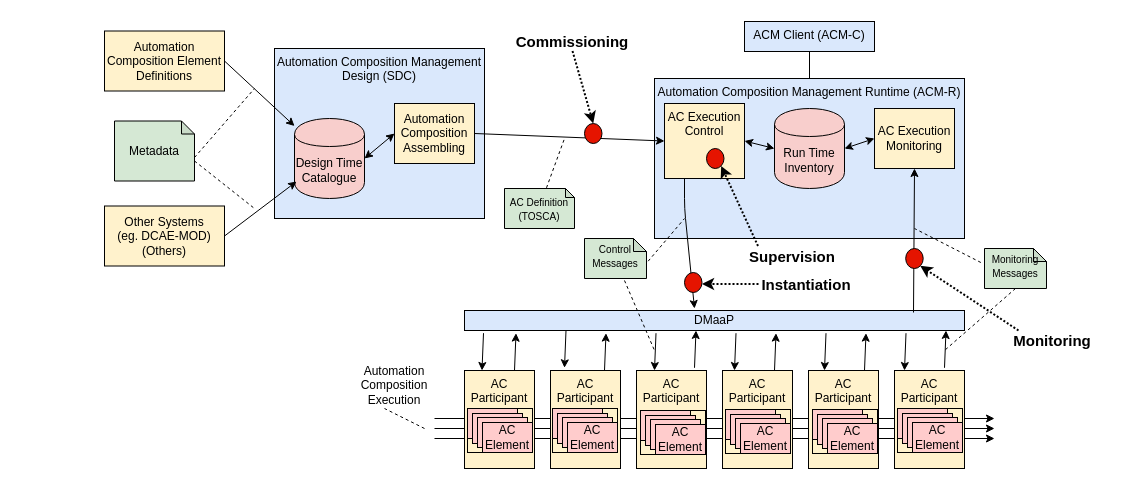
Before: docs/clamp/acm/draw.io/acm-overview.drawio in onap/policy-parent, a draw.io diagram. Source tidied: cells renumbered, new cells numbered last; positions are measured from the earlier drawing's top-left corner, leaving out a move shared by most shapes. Both pictures are drawn from the tidied source at 100%, with x=0, y=0 at pixel (104, 21).
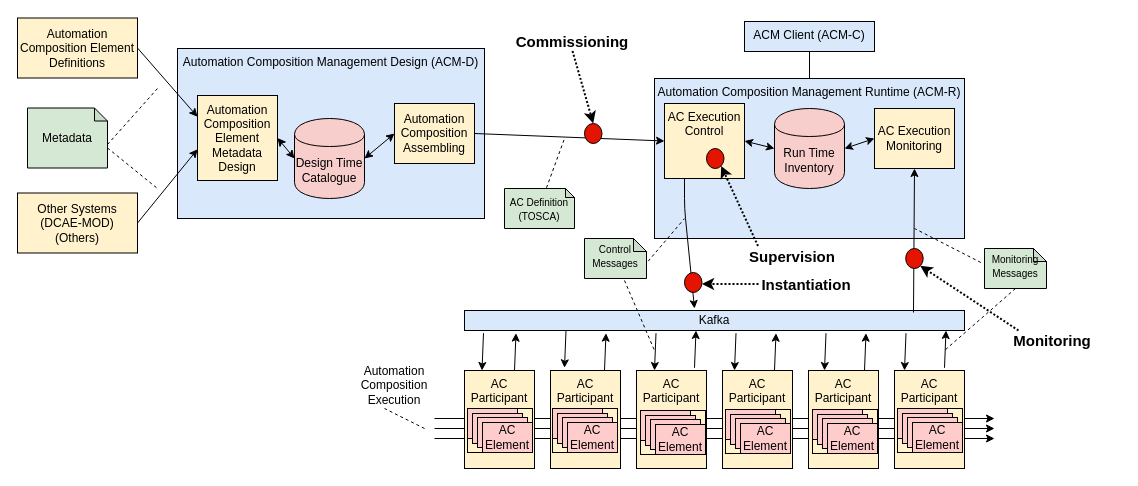
Above is the later version.

The change refers to these unchanged cells:
```xml
<mxCell id="6" value="&lt;div&gt;Design Time Catalogue&lt;/div&gt;" style="shape=cylinder;whiteSpace=wrap;html=1;boundedLbl=1;backgroundOutline=1;fillColor=#f8cecc;strokeColor=#000000;fontColor=#000000;" parent="1" vertex="1">
  <mxGeometry x="190" y="97" width="70" height="80" as="geometry" />
</mxCell>
```

Change to the diagram source:
```diff
@@
-    <mxCell id="5" value="Automation Composition Management Design (SDC)" style="rounded=0;whiteSpace=wrap;html=1;fillColor=#dae8fc;strokeColor=#000000;verticalAlign=top;fontColor=#000000;" parent="1" vertex="1">
-      <mxGeometry x="170" y="27" width="210" height="170" as="geometry" />
+    <mxCell id="5" value="Automation Composition Management Design (ACM-D)" style="rounded=0;whiteSpace=wrap;html=1;fillColor=#dae8fc;strokeColor=#000000;verticalAlign=top;fontColor=#000000;" parent="1" vertex="1">
+      <mxGeometry x="73" y="27" width="307" height="170" as="geometry" />
     </mxCell>
@@
     <mxCell id="9" value="Automation Composition Element Definitions" style="rounded=0;whiteSpace=wrap;html=1;fillColor=#fff2cc;strokeColor=#000000;fontColor=#000000;" parent="1" vertex="1">
-      <mxGeometry y="9.5" width="120" height="60" as="geometry" />
+      <mxGeometry x="-87" y="-3.5" width="120" height="60" as="geometry" />
     </mxCell>
-    <mxCell id="10" style="endArrow=classic;html=1;exitX=1;exitY=0.5;exitDx=0;exitDy=0;strokeColor=#000000;fontColor=#000000;" parent="1" edge="1" source="9" target="6">
+    <mxCell id="10" style="endArrow=classic;html=1;exitX=1;exitY=0.5;exitDx=0;exitDy=0;strokeColor=#000000;fontColor=#000000;entryX=0;entryY=0.25;entryDx=0;entryDy=0;" parent="1" edge="1" source="9" target="98">
       <mxGeometry relative="1" as="geometry" />
     </mxCell>
     <mxCell id="11" value="Metadata" style="shape=note;whiteSpace=wrap;html=1;backgroundOutline=1;darkOpacity=0.05;fillColor=#d5e8d4;strokeColor=#000000;size=13;fontColor=#000000;" parent="1" vertex="1">
-      <mxGeometry x="10" y="99.5" width="80" height="60" as="geometry" />
+      <mxGeometry x="-77" y="86.5" width="80" height="60" as="geometry" />
     </mxCell>
     <mxCell id="12" style="endArrow=none;dashed=1;html=1;exitX=0;exitY=0;exitDx=80;exitDy=36.5;exitPerimeter=0;strokeColor=#000000;fontColor=#000000;" parent="1" edge="1" source="11">
       <mxGeometry relative="1" as="geometry">
-        <mxPoint x="150" y="67" as="targetPoint" />
+        <mxPoint x="53" y="67" as="targetPoint" />
       </mxGeometry>
     </mxCell>
@@
-    <mxCell id="19" value="DMaaP" style="rounded=0;whiteSpace=wrap;html=1;fillColor=#dae8fc;strokeColor=#000000;fontColor=#000000;" parent="1" vertex="1">
+    <mxCell id="19" value="Kafka" style="rounded=0;whiteSpace=wrap;html=1;fillColor=#dae8fc;strokeColor=#000000;fontColor=#000000;" parent="1" vertex="1">
       <mxGeometry x="360" y="289" width="500" height="20" as="geometry" />
     </mxCell>
@@
-    <mxCell id="49" value="Other Systems&lt;br&gt;&lt;div&gt;(eg. DCAE-MOD)&lt;/div&gt;&lt;div&gt;(Others)&lt;br&gt;&lt;/div&gt;" style="rounded=0;whiteSpace=wrap;html=1;fillColor=#fff2cc;strokeColor=#000000;fontColor=#000000;" parent="1" vertex="1">
-      <mxGeometry y="184.5" width="120" height="60" as="geometry" />
+    <mxCell id="49" value="Other Systems&lt;br&gt;&lt;div&gt;(DCAE-MOD)&lt;/div&gt;&lt;div&gt;(Others)&lt;br&gt;&lt;/div&gt;" style="rounded=0;whiteSpace=wrap;html=1;fillColor=#fff2cc;strokeColor=#000000;fontColor=#000000;" parent="1" vertex="1">
+      <mxGeometry x="-87" y="171.5" width="120" height="60" as="geometry" />
     </mxCell>
-    <mxCell id="50" style="endArrow=classic;html=1;exitX=1;exitY=0.5;exitDx=0;exitDy=0;entryX=0.029;entryY=0.788;entryDx=0;entryDy=0;entryPerimeter=0;strokeColor=#000000;fontColor=#000000;" parent="1" edge="1" source="49" target="6">
+    <mxCell id="50" style="endArrow=classic;html=1;exitX=1;exitY=0.5;exitDx=0;exitDy=0;entryX=0;entryY=0.633;entryDx=0;entryDy=0;entryPerimeter=0;strokeColor=#000000;fontColor=#000000;" parent="1" edge="1" source="49" target="98">
       <mxGeometry relative="1" as="geometry" />
     </mxCell>
     <mxCell id="51" style="endArrow=none;dashed=1;html=1;strokeColor=#000000;fontColor=#000000;" parent="1" edge="1">
       <mxGeometry relative="1" as="geometry">
-        <mxPoint x="90" y="139.5" as="sourcePoint" />
-        <mxPoint x="150" y="187" as="targetPoint" />
+        <mxPoint x="3" y="126.5" as="sourcePoint" />
+        <mxPoint x="53" y="167" as="targetPoint" />
       </mxGeometry>
     </mxCell>
@@
+    <mxCell id="98" value="&lt;div&gt;Automation Composition&lt;/div&gt;&lt;div&gt;Element Metadata Design&lt;br&gt;&lt;/div&gt;" style="rounded=0;whiteSpace=wrap;html=1;fillColor=#fff2cc;strokeColor=#000000;fontColor=#000000;" parent="1" vertex="1">
+      <mxGeometry x="93" y="74" width="80" height="85" as="geometry" />
+    </mxCell>
+    <mxCell id="99" style="endArrow=classic;startArrow=classic;html=1;entryX=0;entryY=0.5;entryDx=0;entryDy=0;exitX=1;exitY=0.5;exitDx=0;exitDy=0;strokeColor=#000000;fontColor=#000000;" parent="1" edge="1" source="98" target="6">
+      <mxGeometry relative="1" as="geometry" />
+    </mxCell>
```
